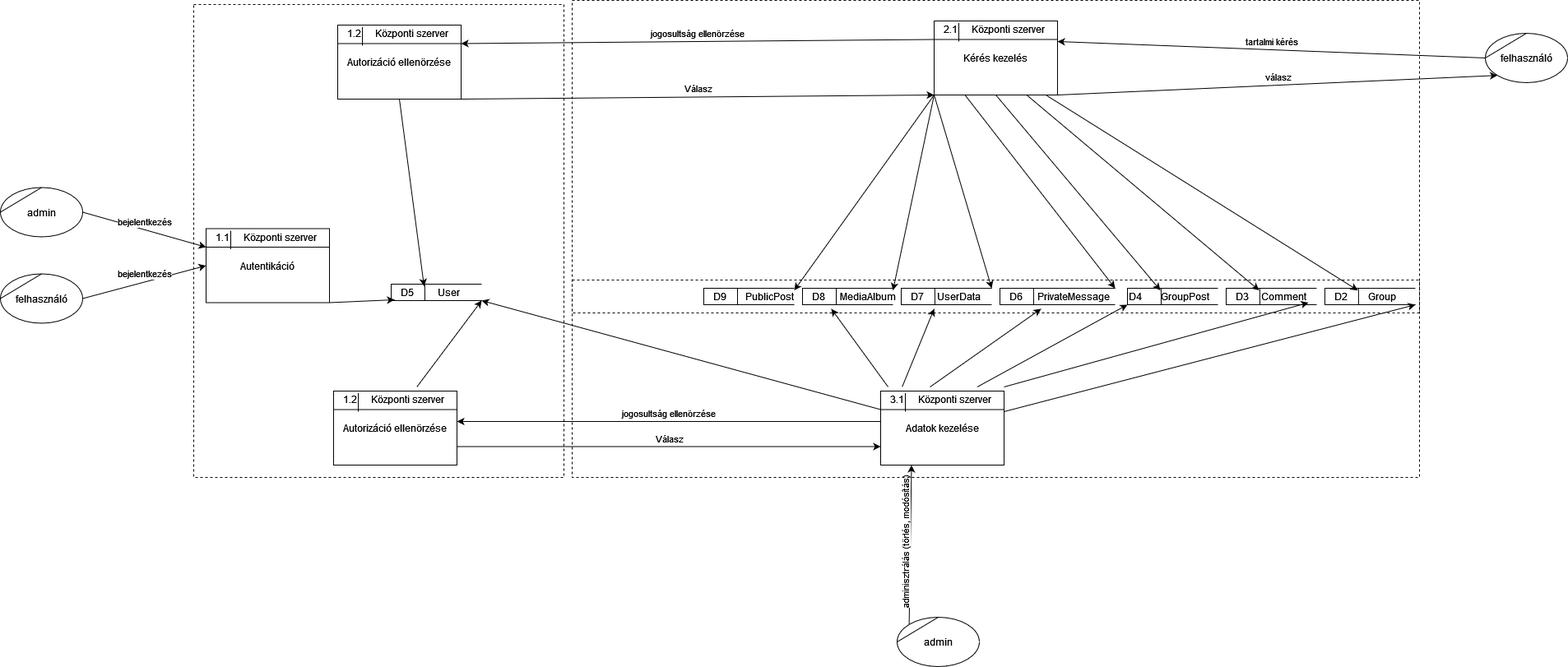
Earlier version of the draw.io export documentation/diagrams/adatfolyam 2.drawio.png (AasinR/post-request). Source tidied: cells renumbered, new cells last; positions are measured from the earlier drawing's top-left corner, leaving out a move shared by most shapes.
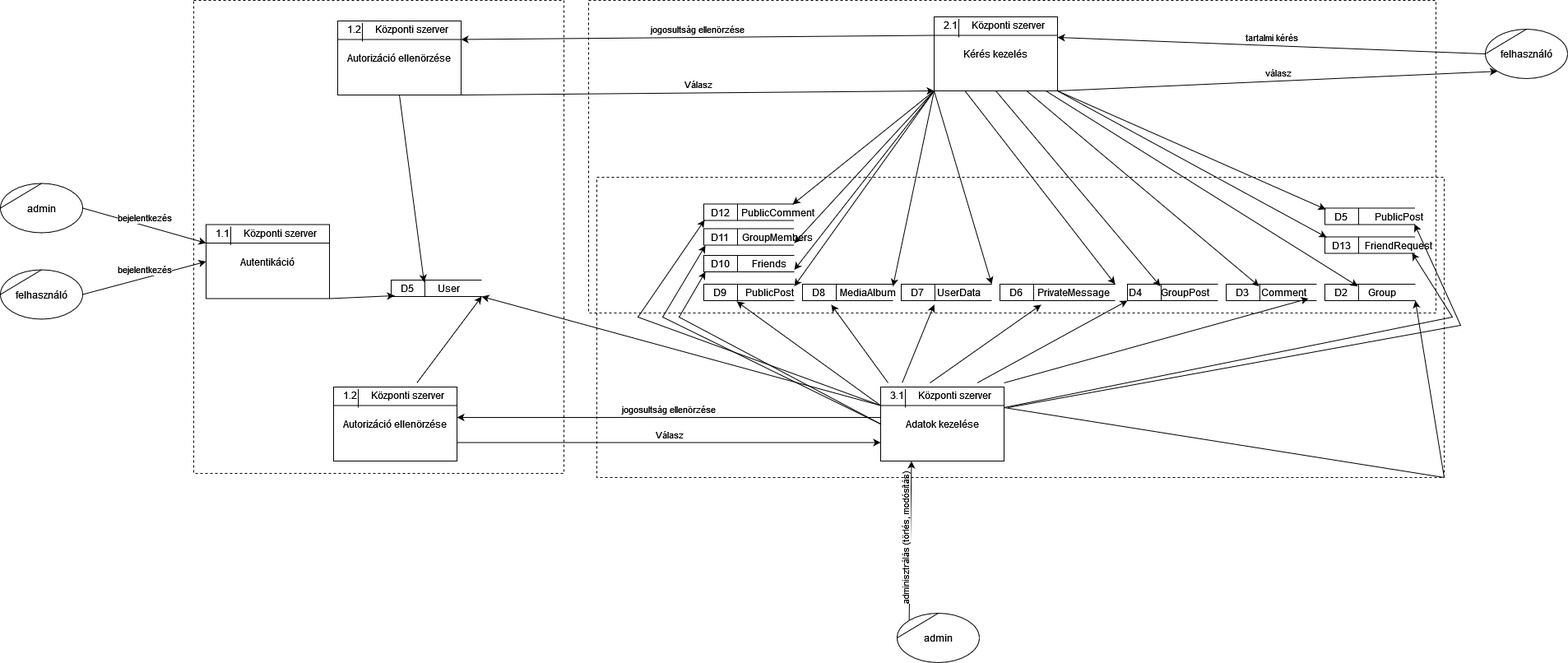
The same diagram one commit later.

What changed in the source:
```diff
@@ -289,23 +289,168 @@
     <mxCell id="88" style="endArrow=classic;html=1;rounded=0;fontSize=11;entryX=1;entryY=0.75;entryDx=0;entryDy=0;exitX=1;exitY=0;exitDx=0;exitDy=0;" parent="1" edge="1" source="72" target="39">
       <mxGeometry relative="1" as="geometry" />
     </mxCell>
-    <mxCell id="89" style="endArrow=classic;html=1;rounded=0;fontSize=11;entryX=1;entryY=1;entryDx=0;entryDy=0;entryPerimeter=0;exitX=1;exitY=1;exitDx=0;exitDy=0;" parent="1" edge="1" source="72" target="32">
+    <mxCell id="89" style="endArrow=classic;html=1;rounded=0;fontSize=11;entryX=1;entryY=1;entryDx=0;entryDy=0;entryPerimeter=0;exitX=1;exitY=1;exitDx=0;exitDy=0;startArrow=none;" parent="1" edge="1" source="91" target="32">
       <mxGeometry relative="1" as="geometry" />
     </mxCell>
     <mxCell id="90" style="endArrow=classic;html=1;rounded=0;entryX=0;entryY=0.25;entryDx=0;entryDy=0;exitX=0.5;exitY=1;exitDx=0;exitDy=0;" parent="1" edge="1" source="9" target="60">
       <mxGeometry relative="1" as="geometry" />
     </mxCell>
-    <mxCell id="91" style="rounded=0;whiteSpace=wrap;html=1;fontSize=12;strokeWidth=1;fillColor=none;dashed=1;" parent="1" vertex="1">
-      <mxGeometry x="695" y="340" width="1030" height="240" as="geometry" />
-    </mxCell>
     <mxCell id="92" style="endArrow=classic;html=1;rounded=0;entryX=1;entryY=1;entryDx=0;entryDy=0;entryPerimeter=0;" parent="1" edge="1" source="82" target="57">
       <mxGeometry relative="1" as="geometry" />
     </mxCell>
     <mxCell id="93" style="rounded=0;whiteSpace=wrap;html=1;fontSize=12;strokeWidth=1;fillColor=none;dashed=1;" parent="1" vertex="1">
-      <mxGeometry x="695" width="1030" height="380" as="geometry" />
+      <mxGeometry x="715" y="5" width="1030" height="380" as="geometry" />
     </mxCell>
     <mxCell id="94" style="rounded=0;whiteSpace=wrap;html=1;fontSize=12;strokeWidth=1;fillColor=none;dashed=1;" parent="1" vertex="1">
       <mxGeometry x="235" y="5" width="450" height="575" as="geometry" />
     </mxCell>
+    <mxCell id="95" style="strokeWidth=1;html=1;shape=mxgraph.flowchart.annotation_1;align=left;fillColor=#FFFFFF;" parent="1" vertex="1">
+      <mxGeometry x="855" y="315" width="110" height="20" as="geometry" />
+    </mxCell>
+    <mxCell id="96" style="endArrow=none;html=1;rounded=0;" parent="1" edge="1">
+      <mxGeometry relative="1" as="geometry">
+        <mxPoint x="896" y="335" as="sourcePoint" />
+        <mxPoint x="896" y="315" as="targetPoint" />
+      </mxGeometry>
+    </mxCell>
+    <mxCell id="97" value="D10" style="text;html=1;strokeColor=none;fillColor=none;align=center;verticalAlign=middle;whiteSpace=wrap;rounded=0;" parent="1" vertex="1">
+      <mxGeometry x="845" y="310" width="60" height="30" as="geometry" />
+    </mxCell>
+    <mxCell id="98" value="Friends" style="text;html=1;strokeColor=none;fillColor=none;align=center;verticalAlign=middle;whiteSpace=wrap;rounded=0;" parent="1" vertex="1">
+      <mxGeometry x="905" y="310" width="60" height="30" as="geometry" />
+    </mxCell>
+    <mxCell id="99" style="strokeWidth=1;html=1;shape=mxgraph.flowchart.annotation_1;align=left;fillColor=#FFFFFF;" parent="1" vertex="1">
+      <mxGeometry x="855" y="282.5" width="110" height="20" as="geometry" />
+    </mxCell>
+    <mxCell id="100" style="endArrow=none;html=1;rounded=0;" parent="1" edge="1">
+      <mxGeometry relative="1" as="geometry">
+        <mxPoint x="896" y="302.5" as="sourcePoint" />
+        <mxPoint x="896" y="282.5" as="targetPoint" />
+      </mxGeometry>
+    </mxCell>
+    <mxCell id="101" value="D11" style="text;html=1;strokeColor=none;fillColor=none;align=center;verticalAlign=middle;whiteSpace=wrap;rounded=0;" parent="1" vertex="1">
+      <mxGeometry x="845" y="277.5" width="60" height="30" as="geometry" />
+    </mxCell>
+    <mxCell id="102" value="GroupMembers" style="text;html=1;strokeColor=none;fillColor=none;align=center;verticalAlign=middle;whiteSpace=wrap;rounded=0;" parent="1" vertex="1">
+      <mxGeometry x="915" y="277.5" width="60" height="30" as="geometry" />
+    </mxCell>
+    <mxCell id="103" style="strokeWidth=1;html=1;shape=mxgraph.flowchart.annotation_1;align=left;fillColor=#FFFFFF;" parent="1" vertex="1">
+      <mxGeometry x="855" y="252.5" width="110" height="20" as="geometry" />
+    </mxCell>
+    <mxCell id="104" style="endArrow=none;html=1;rounded=0;" parent="1" edge="1">
+      <mxGeometry relative="1" as="geometry">
+        <mxPoint x="896" y="272.5" as="sourcePoint" />
+        <mxPoint x="896" y="252.5" as="targetPoint" />
+      </mxGeometry>
+    </mxCell>
+    <mxCell id="105" value="D12" style="text;html=1;strokeColor=none;fillColor=none;align=center;verticalAlign=middle;whiteSpace=wrap;rounded=0;" parent="1" vertex="1">
+      <mxGeometry x="845" y="247.5" width="60" height="30" as="geometry" />
+    </mxCell>
+    <mxCell id="106" value="PublicComment" style="text;html=1;strokeColor=none;fillColor=none;align=center;verticalAlign=middle;whiteSpace=wrap;rounded=0;" parent="1" vertex="1">
+      <mxGeometry x="915" y="247.5" width="60" height="30" as="geometry" />
+    </mxCell>
+    <mxCell id="107" style="strokeWidth=1;html=1;shape=mxgraph.flowchart.annotation_1;align=left;fillColor=#FFFFFF;" parent="1" vertex="1">
+      <mxGeometry x="1610" y="292.5" width="110" height="20" as="geometry" />
+    </mxCell>
+    <mxCell id="108" style="endArrow=none;html=1;rounded=0;" parent="1" edge="1">
+      <mxGeometry relative="1" as="geometry">
+        <mxPoint x="1651" y="312.5" as="sourcePoint" />
+        <mxPoint x="1651" y="292.5" as="targetPoint" />
+      </mxGeometry>
+    </mxCell>
+    <mxCell id="109" value="D13" style="text;html=1;strokeColor=none;fillColor=none;align=center;verticalAlign=middle;whiteSpace=wrap;rounded=0;" parent="1" vertex="1">
+      <mxGeometry x="1600" y="287.5" width="60" height="30" as="geometry" />
+    </mxCell>
+    <mxCell id="110" value="FriendRequest" style="text;html=1;strokeColor=none;fillColor=none;align=center;verticalAlign=middle;whiteSpace=wrap;rounded=0;" parent="1" vertex="1">
+      <mxGeometry x="1670" y="287.5" width="60" height="30" as="geometry" />
+    </mxCell>
+    <mxCell id="111" style="strokeWidth=1;html=1;shape=mxgraph.flowchart.annotation_1;align=left;fillColor=#FFFFFF;" parent="1" vertex="1">
+      <mxGeometry x="1610" y="257.5" width="110" height="20" as="geometry" />
+    </mxCell>
+    <mxCell id="112" style="endArrow=none;html=1;rounded=0;" parent="1" edge="1">
+      <mxGeometry relative="1" as="geometry">
+        <mxPoint x="1651" y="277.5" as="sourcePoint" />
+        <mxPoint x="1651" y="257.5" as="targetPoint" />
+      </mxGeometry>
+    </mxCell>
+    <mxCell id="113" value="D5" style="text;html=1;strokeColor=none;fillColor=none;align=center;verticalAlign=middle;whiteSpace=wrap;rounded=0;" parent="1" vertex="1">
+      <mxGeometry x="1600" y="252.5" width="60" height="30" as="geometry" />
+    </mxCell>
+    <mxCell id="114" value="PublicPost" style="text;html=1;strokeColor=none;fillColor=none;align=center;verticalAlign=middle;whiteSpace=wrap;rounded=0;" parent="1" vertex="1">
+      <mxGeometry x="1670" y="252.5" width="60" height="30" as="geometry" />
+    </mxCell>
+    <mxCell id="115" style="endArrow=classic;html=1;rounded=0;entryX=1;entryY=0.75;entryDx=0;entryDy=0;exitX=0;exitY=1;exitDx=0;exitDy=0;" parent="1" edge="1" source="2" target="98">
+      <mxGeometry relative="1" as="geometry" />
+    </mxCell>
+    <mxCell id="116" style="endArrow=classic;html=1;rounded=0;entryX=0.833;entryY=0.75;entryDx=0;entryDy=0;exitX=0;exitY=1;exitDx=0;exitDy=0;entryPerimeter=0;" parent="1" edge="1" source="2" target="102">
+      <mxGeometry relative="1" as="geometry" />
+    </mxCell>
+    <mxCell id="117" style="endArrow=classic;html=1;rounded=0;exitX=0;exitY=1;exitDx=0;exitDy=0;" parent="1" edge="1" source="2">
+      <mxGeometry relative="1" as="geometry">
+        <mxPoint x="963" y="253" as="targetPoint" />
+      </mxGeometry>
+    </mxCell>
+    <mxCell id="118" style="endArrow=classic;html=1;rounded=0;exitX=1;exitY=1;exitDx=0;exitDy=0;" parent="1" edge="1" source="2">
+      <mxGeometry relative="1" as="geometry">
+        <mxPoint x="1612" y="293" as="targetPoint" />
+      </mxGeometry>
+    </mxCell>
+    <mxCell id="119" style="endArrow=classic;html=1;rounded=0;exitX=1;exitY=1;exitDx=0;exitDy=0;" parent="1" edge="1" source="2">
+      <mxGeometry relative="1" as="geometry">
+        <mxPoint x="1611" y="259" as="targetPoint" />
+      </mxGeometry>
+    </mxCell>
+    <mxCell id="91" style="rounded=0;whiteSpace=wrap;html=1;fontSize=12;strokeWidth=1;fillColor=none;dashed=1;" parent="1" vertex="1">
+      <mxGeometry x="725" y="220" width="1030" height="365" as="geometry" />
+    </mxCell>
+    <mxCell id="120" style="endArrow=none;html=1;rounded=0;fontSize=11;entryX=1;entryY=1;entryDx=0;entryDy=0;entryPerimeter=0;exitX=1;exitY=1;exitDx=0;exitDy=0;" parent="1" edge="1" source="72" target="91">
+      <mxGeometry relative="1" as="geometry" />
+    </mxCell>
+    <mxCell id="121" style="endArrow=classic;html=1;rounded=0;exitX=1;exitY=1;exitDx=0;exitDy=0;" parent="1" edge="1" source="72">
+      <mxGeometry relative="1" as="geometry">
+        <mxPoint x="1716" y="312" as="targetPoint" />
+        <Array as="points">
+          <mxPoint x="1765" y="390" />
+        </Array>
+      </mxGeometry>
+    </mxCell>
+    <mxCell id="122" style="endArrow=classic;html=1;rounded=0;" parent="1" edge="1">
+      <mxGeometry relative="1" as="geometry">
+        <mxPoint x="1225" y="500" as="sourcePoint" />
+        <mxPoint x="1719" y="277" as="targetPoint" />
+        <Array as="points">
+          <mxPoint x="1775" y="400" />
+        </Array>
+      </mxGeometry>
+    </mxCell>
+    <mxCell id="123" style="endArrow=classic;html=1;rounded=0;exitX=0;exitY=0.25;exitDx=0;exitDy=0;" parent="1" edge="1" source="70">
+      <mxGeometry relative="1" as="geometry">
+        <mxPoint x="895" y="371" as="targetPoint" />
+      </mxGeometry>
+    </mxCell>
+    <mxCell id="124" style="endArrow=classic;html=1;rounded=0;exitX=0;exitY=0.5;exitDx=0;exitDy=0;" parent="1" edge="1" source="70">
+      <mxGeometry relative="1" as="geometry">
+        <mxPoint x="857" y="335" as="targetPoint" />
+        <Array as="points">
+          <mxPoint x="825" y="390" />
+        </Array>
+      </mxGeometry>
+    </mxCell>
+    <mxCell id="125" style="endArrow=classic;html=1;rounded=0;exitX=0;exitY=0.5;exitDx=0;exitDy=0;" parent="1" edge="1" source="70">
+      <mxGeometry relative="1" as="geometry">
+        <mxPoint x="857" y="303" as="targetPoint" />
+        <Array as="points">
+          <mxPoint x="805" y="390" />
+        </Array>
+      </mxGeometry>
+    </mxCell>
+    <mxCell id="126" style="endArrow=classic;html=1;rounded=0;exitX=0;exitY=0.25;exitDx=0;exitDy=0;" parent="1" edge="1" source="70">
+      <mxGeometry relative="1" as="geometry">
+        <mxPoint x="856" y="272" as="targetPoint" />
+        <Array as="points">
+          <mxPoint x="775" y="390" />
+        </Array>
+      </mxGeometry>
+    </mxCell>
   </root>
 </mxGraphModel>
```
